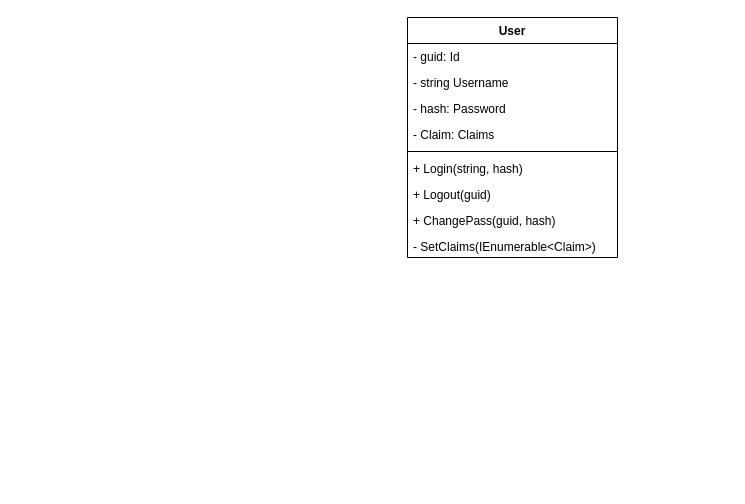
The draw.io diagram Description/Authorization/AuthorizationClassDiagram.drawio in Fox5113/corporate-social-system, before the edit. Source tidied: cells renumbered, new cells numbered last; positions are measured from the earlier drawing's top-left corner, leaving out a move shared by most shapes. Both pictures are drawn from the tidied source at 100%, with x=0, y=0 at pixel (407, 17).
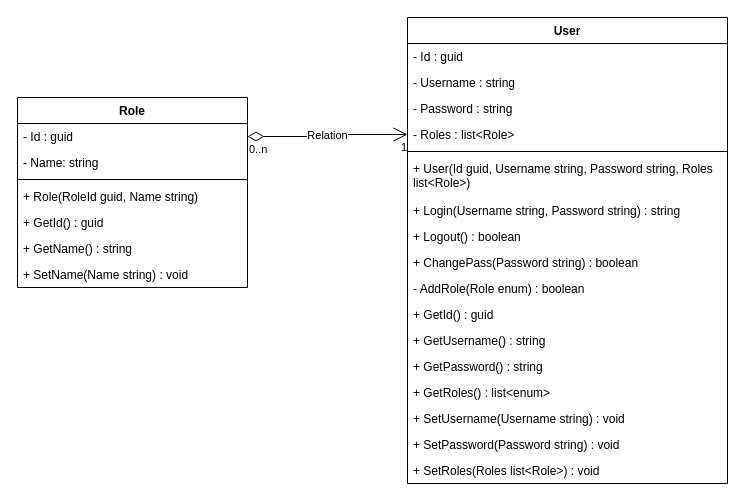
After the change.

What changed in the source:
```diff
@@
     <mxCell id="2" value="User" style="swimlane;fontStyle=1;align=center;verticalAlign=top;horizontal=1;startSize=26;whiteSpace=wrap;html=1;" parent="1" vertex="1">
-      <mxGeometry width="210" height="240" as="geometry" />
+      <mxGeometry width="320" height="466" as="geometry" />
     </mxCell>
-    <mxCell id="3" value="- guid: Id" style="text;strokeColor=none;fillColor=none;align=left;verticalAlign=top;spacingLeft=4;spacingRight=4;overflow=hidden;whiteSpace=wrap;html=1;" parent="2" vertex="1">
-      <mxGeometry y="26" width="210" height="26" as="geometry" />
+    <mxCell id="3" value="- Id : guid" style="text;strokeColor=none;fillColor=none;align=left;verticalAlign=top;spacingLeft=4;spacingRight=4;overflow=hidden;whiteSpace=wrap;html=1;" parent="2" vertex="1">
+      <mxGeometry y="26" width="320" height="26" as="geometry" />
     </mxCell>
-    <mxCell id="4" value="- string Username" style="text;strokeColor=none;fillColor=none;align=left;verticalAlign=top;spacingLeft=4;spacingRight=4;overflow=hidden;whiteSpace=wrap;html=1;" parent="2" vertex="1">
-      <mxGeometry y="52" width="210" height="26" as="geometry" />
+    <mxCell id="4" value="- Username : string" style="text;strokeColor=none;fillColor=none;align=left;verticalAlign=top;spacingLeft=4;spacingRight=4;overflow=hidden;whiteSpace=wrap;html=1;" parent="2" vertex="1">
+      <mxGeometry y="52" width="320" height="26" as="geometry" />
     </mxCell>
-    <mxCell id="5" value="- hash: Password" style="text;strokeColor=none;fillColor=none;align=left;verticalAlign=top;spacingLeft=4;spacingRight=4;overflow=hidden;whiteSpace=wrap;html=1;" parent="2" vertex="1">
-      <mxGeometry y="78" width="210" height="26" as="geometry" />
+    <mxCell id="5" value="- Password : string" style="text;strokeColor=none;fillColor=none;align=left;verticalAlign=top;spacingLeft=4;spacingRight=4;overflow=hidden;whiteSpace=wrap;html=1;" parent="2" vertex="1">
+      <mxGeometry y="78" width="320" height="26" as="geometry" />
     </mxCell>
-    <mxCell id="6" value="- Claim: Claims&amp;nbsp;" style="text;strokeColor=none;fillColor=none;align=left;verticalAlign=top;spacingLeft=4;spacingRight=4;overflow=hidden;points=[[0,0.5],[1,0.5]];portConstraint=eastwest;whiteSpace=wrap;html=1;" parent="2" vertex="1">
-      <mxGeometry y="104" width="210" height="26" as="geometry" />
+    <mxCell id="6" value="- Roles : list&amp;lt;Role&amp;gt;" style="text;strokeColor=none;fillColor=none;align=left;verticalAlign=top;spacingLeft=4;spacingRight=4;overflow=hidden;points=[[0,0.5],[1,0.5]];portConstraint=eastwest;whiteSpace=wrap;html=1;" parent="2" vertex="1">
+      <mxGeometry y="104" width="320" height="26" as="geometry" />
     </mxCell>
     <mxCell id="7" style="line;strokeWidth=1;fillColor=none;align=left;verticalAlign=middle;spacingTop=-1;spacingLeft=3;spacingRight=3;labelPosition=right;strokeColor=inherit;" parent="2" vertex="1">
-      <mxGeometry y="130" width="210" height="8" as="geometry" />
+      <mxGeometry y="130" width="320" height="8" as="geometry" />
     </mxCell>
-    <mxCell id="8" value="+ Login(string, hash)" style="text;strokeColor=none;fillColor=none;align=left;verticalAlign=top;spacingLeft=4;spacingRight=4;overflow=hidden;whiteSpace=wrap;html=1;" parent="2" vertex="1">
-      <mxGeometry y="138" width="210" height="26" as="geometry" />
+    <mxCell id="8" value="+ User(Id guid, Username string, Password string, Roles list&amp;lt;Role&amp;gt;)" style="text;strokeColor=none;fillColor=none;align=left;verticalAlign=top;spacingLeft=4;spacingRight=4;overflow=hidden;whiteSpace=wrap;html=1;" parent="2" vertex="1">
+      <mxGeometry y="138" width="320" height="42" as="geometry" />
     </mxCell>
+    <mxCell id="12" value="+ Login(Username string, Password string) : string" style="text;strokeColor=none;fillColor=none;align=left;verticalAlign=top;spacingLeft=4;spacingRight=4;overflow=hidden;whiteSpace=wrap;html=1;" parent="2" vertex="1">
+      <mxGeometry y="180" width="320" height="26" as="geometry" />
+    </mxCell>
-    <mxCell id="9" value="+ Logout(guid)&amp;nbsp;" style="text;strokeColor=none;fillColor=none;align=left;verticalAlign=top;spacingLeft=4;spacingRight=4;overflow=hidden;whiteSpace=wrap;html=1;" parent="2" vertex="1">
-      <mxGeometry y="164" width="210" height="26" as="geometry" />
+    <mxCell id="9" value="+ Logout() : boolean" style="text;strokeColor=none;fillColor=none;align=left;verticalAlign=top;spacingLeft=4;spacingRight=4;overflow=hidden;whiteSpace=wrap;html=1;" parent="2" vertex="1">
+      <mxGeometry y="206" width="320" height="26" as="geometry" />
     </mxCell>
-    <mxCell id="10" value="+ ChangePass(guid, hash)" style="text;strokeColor=none;fillColor=none;align=left;verticalAlign=top;spacingLeft=4;spacingRight=4;overflow=hidden;whiteSpace=wrap;html=1;" parent="2" vertex="1">
-      <mxGeometry y="190" width="210" height="26" as="geometry" />
+    <mxCell id="10" value="+ ChangePass(Password string) : boolean" style="text;strokeColor=none;fillColor=none;align=left;verticalAlign=top;spacingLeft=4;spacingRight=4;overflow=hidden;whiteSpace=wrap;html=1;" parent="2" vertex="1">
+      <mxGeometry y="232" width="320" height="26" as="geometry" />
     </mxCell>
-    <mxCell id="11" value="- SetClaims(IEnumerable&amp;lt;Claim&amp;gt;)" style="text;strokeColor=none;fillColor=none;align=left;verticalAlign=top;spacingLeft=4;spacingRight=4;overflow=hidden;whiteSpace=wrap;html=1;" parent="2" vertex="1">
-      <mxGeometry y="216" width="210" height="24" as="geometry" />
-    </mxCell>
+    <mxCell id="13" value="- AddRole(Role enum) : boolean" style="text;strokeColor=none;fillColor=none;align=left;verticalAlign=top;spacingLeft=4;spacingRight=4;overflow=hidden;whiteSpace=wrap;html=1;" parent="2" vertex="1">
+      <mxGeometry y="258" width="320" height="26" as="geometry" />
+    </mxCell>
+    <mxCell id="14" value="+ GetId() : guid" style="text;strokeColor=none;fillColor=none;align=left;verticalAlign=top;spacingLeft=4;spacingRight=4;overflow=hidden;whiteSpace=wrap;html=1;" parent="2" vertex="1">
+      <mxGeometry y="284" width="320" height="26" as="geometry" />
+    </mxCell>
+    <mxCell id="15" value="+ GetUsername() : string" style="text;strokeColor=none;fillColor=none;align=left;verticalAlign=top;spacingLeft=4;spacingRight=4;overflow=hidden;whiteSpace=wrap;html=1;" parent="2" vertex="1">
+      <mxGeometry y="310" width="320" height="26" as="geometry" />
+    </mxCell>
+    <mxCell id="16" value="+ GetPassword() : string" style="text;strokeColor=none;fillColor=none;align=left;verticalAlign=top;spacingLeft=4;spacingRight=4;overflow=hidden;whiteSpace=wrap;html=1;" parent="2" vertex="1">
+      <mxGeometry y="336" width="320" height="26" as="geometry" />
+    </mxCell>
+    <mxCell id="17" value="+ GetRoles() : list&amp;lt;enum&amp;gt;" style="text;strokeColor=none;fillColor=none;align=left;verticalAlign=top;spacingLeft=4;spacingRight=4;overflow=hidden;whiteSpace=wrap;html=1;" parent="2" vertex="1">
+      <mxGeometry y="362" width="320" height="26" as="geometry" />
+    </mxCell>
+    <mxCell id="18" value="+ SetUsername(Username string) : void" style="text;strokeColor=none;fillColor=none;align=left;verticalAlign=top;spacingLeft=4;spacingRight=4;overflow=hidden;whiteSpace=wrap;html=1;" parent="2" vertex="1">
+      <mxGeometry y="388" width="320" height="26" as="geometry" />
+    </mxCell>
+    <mxCell id="19" value="+ SetPassword(Password string) : void" style="text;strokeColor=none;fillColor=none;align=left;verticalAlign=top;spacingLeft=4;spacingRight=4;overflow=hidden;whiteSpace=wrap;html=1;" parent="2" vertex="1">
+      <mxGeometry y="414" width="320" height="26" as="geometry" />
+    </mxCell>
+    <mxCell id="20" value="+ SetRoles(Roles list&amp;lt;Role&amp;gt;) : void" style="text;strokeColor=none;fillColor=none;align=left;verticalAlign=top;spacingLeft=4;spacingRight=4;overflow=hidden;whiteSpace=wrap;html=1;" parent="2" vertex="1">
+      <mxGeometry y="440" width="320" height="26" as="geometry" />
+    </mxCell>
+    <mxCell id="21" value="Role" style="swimlane;fontStyle=1;align=center;verticalAlign=top;horizontal=1;startSize=26;whiteSpace=wrap;html=1;" parent="1" vertex="1">
+      <mxGeometry x="-390" y="80" width="230" height="190" as="geometry" />
+    </mxCell>
+    <mxCell id="22" value="- Id : guid" style="text;strokeColor=none;fillColor=none;align=left;verticalAlign=top;spacingLeft=4;spacingRight=4;overflow=hidden;points=[[0,0.5],[1,0.5]];portConstraint=eastwest;whiteSpace=wrap;html=1;" parent="21" vertex="1">
+      <mxGeometry y="26" width="230" height="26" as="geometry" />
+    </mxCell>
+    <mxCell id="23" value="- Name: string" style="text;strokeColor=none;fillColor=none;align=left;verticalAlign=top;spacingLeft=4;spacingRight=4;overflow=hidden;whiteSpace=wrap;html=1;" parent="21" vertex="1">
+      <mxGeometry y="52" width="230" height="26" as="geometry" />
+    </mxCell>
+    <mxCell id="24" style="line;strokeWidth=1;fillColor=none;align=left;verticalAlign=middle;spacingTop=-1;spacingLeft=3;spacingRight=3;labelPosition=right;strokeColor=inherit;" parent="21" vertex="1">
+      <mxGeometry y="78" width="230" height="8" as="geometry" />
+    </mxCell>
+    <mxCell id="25" value="+ Role(RoleId guid, Name string)" style="text;strokeColor=none;fillColor=none;align=left;verticalAlign=top;spacingLeft=4;spacingRight=4;overflow=hidden;whiteSpace=wrap;html=1;" parent="21" vertex="1">
+      <mxGeometry y="86" width="230" height="26" as="geometry" />
+    </mxCell>
+    <mxCell id="26" value="+ GetId() : guid" style="text;strokeColor=none;fillColor=none;align=left;verticalAlign=top;spacingLeft=4;spacingRight=4;overflow=hidden;whiteSpace=wrap;html=1;" parent="21" vertex="1">
+      <mxGeometry y="112" width="230" height="26" as="geometry" />
+    </mxCell>
+    <mxCell id="27" value="+ GetName() : string" style="text;strokeColor=none;fillColor=none;align=left;verticalAlign=top;spacingLeft=4;spacingRight=4;overflow=hidden;whiteSpace=wrap;html=1;" parent="21" vertex="1">
+      <mxGeometry y="138" width="230" height="26" as="geometry" />
+    </mxCell>
+    <mxCell id="28" value="+ SetName(Name string) : void" style="text;strokeColor=none;fillColor=none;align=left;verticalAlign=top;spacingLeft=4;spacingRight=4;overflow=hidden;whiteSpace=wrap;html=1;" parent="21" vertex="1">
+      <mxGeometry y="164" width="230" height="26" as="geometry" />
+    </mxCell>
+    <mxCell id="29" value="Relation" style="endArrow=open;html=1;endSize=12;startArrow=diamondThin;startSize=14;startFill=0;edgeStyle=orthogonalEdgeStyle;exitX=1;exitY=0.5;exitDx=0;exitDy=0;entryX=0;entryY=0.5;entryDx=0;entryDy=0;" parent="1" edge="1" source="22" target="6">
+      <mxGeometry relative="1" as="geometry" />
+    </mxCell>
+    <mxCell id="30" value="0..n" style="edgeLabel;html=1;align=left;verticalAlign=top;" parent="29" vertex="1">
+      <mxGeometry x="-1" relative="1" as="geometry" />
+    </mxCell>
+    <mxCell id="31" value="1" style="edgeLabel;html=1;align=right;verticalAlign=top;" parent="29" vertex="1">
+      <mxGeometry x="1" relative="1" as="geometry" />
+    </mxCell>
```
